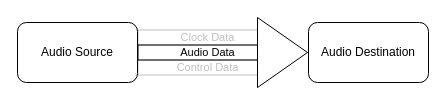
avb-academy/avb_academy keeps this draw.io diagram as static/images/traffic-components-audio.drawio. Above is the earlier version. Source tidied: cells renumbered, new cells numbered last; positions are measured from the earlier drawing's top-left corner, leaving out a move shared by most shapes. Both pictures are drawn from the tidied source at 100%, with x=0, y=0 at pixel (17, 17).
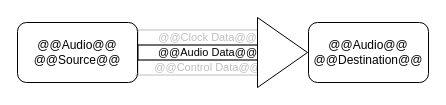
After the change.

The edit, as a diff of the source:
```diff
@@
 <mxGraphModel>
   <root>
     <mxCell id="0" />
     <mxCell id="1" parent="0" />
-    <mxCell id="2" value="Audio Source" style="rounded=1;whiteSpace=wrap;html=1;" parent="1" vertex="1">
-      <mxGeometry y="5" width="120" height="60" as="geometry" />
-    </mxCell>
-    <mxCell id="3" value="Audio Destination" style="rounded=1;whiteSpace=wrap;html=1;" parent="1" vertex="1">
+    <mxCell id="3" value="@@Audio@@ @@Destination@@" style="rounded=1;whiteSpace=wrap;html=1;" parent="1" vertex="1">
       <mxGeometry x="291" y="5" width="120" height="60" as="geometry" />
     </mxCell>
-    <mxCell id="4" value="Clock Data" style="shape=flexArrow;endArrow=classic;html=1;exitX=1;exitY=0.25;exitDx=0;exitDy=0;labelBackgroundColor=none;width=15;opacity=25;textOpacity=25;" parent="1" edge="1" source="2">
+    <mxCell id="4" value="@@Clock Data@@" style="shape=flexArrow;endArrow=classic;html=1;exitX=1;exitY=0.25;exitDx=0;exitDy=0;labelBackgroundColor=none;width=15;opacity=25;textOpacity=25;" parent="1" edge="1">
       <mxGeometry relative="1" as="geometry">
+        <mxPoint x="120" y="20" as="sourcePoint" />
         <mxPoint x="260" y="20" as="targetPoint" />
       </mxGeometry>
     </mxCell>
-    <mxCell id="5" value="Audio Data" style="shape=flexArrow;endArrow=classic;html=1;exitX=1;exitY=0.5;exitDx=0;exitDy=0;labelBackgroundColor=none;width=15;" parent="1" edge="1" source="2">
+    <mxCell id="5" value="@@Audio Data@@" style="shape=flexArrow;endArrow=classic;html=1;exitX=1;exitY=0.5;exitDx=0;exitDy=0;labelBackgroundColor=none;width=15;" parent="1" edge="1">
       <mxGeometry relative="1" as="geometry">
+        <mxPoint x="120" y="35" as="sourcePoint" />
         <mxPoint x="260" y="35" as="targetPoint" />
       </mxGeometry>
     </mxCell>
-    <mxCell id="6" value="Control Data" style="shape=flexArrow;endArrow=classic;html=1;exitX=1;exitY=0.75;exitDx=0;exitDy=0;labelBackgroundColor=none;width=15;opacity=25;textOpacity=25;" parent="1" edge="1" source="2">
+    <mxCell id="6" value="@@Control Data@@" style="shape=flexArrow;endArrow=classic;html=1;exitX=1;exitY=0.75;exitDx=0;exitDy=0;labelBackgroundColor=none;width=15;opacity=25;textOpacity=25;" parent="1" edge="1">
       <mxGeometry relative="1" as="geometry">
+        <mxPoint x="120" y="50" as="sourcePoint" />
         <mxPoint x="260" y="50" as="targetPoint" />
       </mxGeometry>
     </mxCell>
     <mxCell id="7" style="triangle;whiteSpace=wrap;html=1;strokeColor=default;" parent="1" vertex="1">
       <mxGeometry x="240" width="50" height="70" as="geometry" />
     </mxCell>
+    <mxCell id="8" value="@@Audio@@ @@Source@@" style="rounded=1;whiteSpace=wrap;html=1;" parent="1" vertex="1">
+      <mxGeometry y="5" width="120" height="60" as="geometry" />
+    </mxCell>
   </root>
 </mxGraphModel>
```
